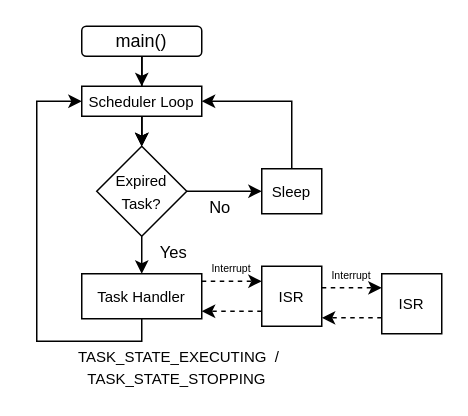
Earlier version of the draw.io diagram docs/img/handler_int_nested.drawio (elemprod/lptask). Source tidied: cells renumbered, new cells numbered last; positions are measured from the earlier drawing's top-left corner, leaving out a move shared by most shapes. Both pictures are drawn from the tidied source at 150%, with x=0, y=0 at pixel (36, 26).
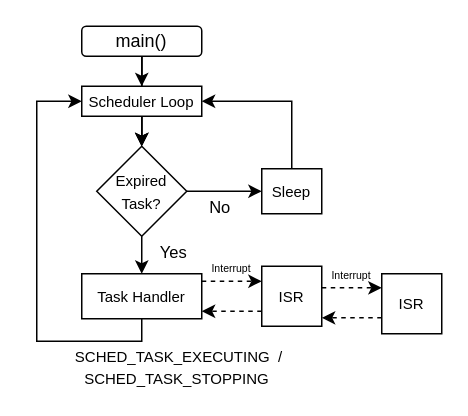
The same diagram, later.

Change to the diagram source:
```diff
@@
-    <mxCell id="20" value="&lt;font style=&quot;font-size: 10px;&quot;&gt;TASK_STATE_EXECUTING &amp;nbsp;/&lt;/font&gt;" style="text;html=1;strokeColor=none;fillColor=none;align=center;verticalAlign=middle;whiteSpace=wrap;rounded=0;" parent="1" vertex="1">
+    <mxCell id="20" value="&lt;font style=&quot;font-size: 10px;&quot;&gt;SCHED_TASK_EXECUTING&amp;nbsp; /&lt;/font&gt;" style="text;html=1;strokeColor=none;fillColor=none;align=center;verticalAlign=middle;whiteSpace=wrap;rounded=0;" parent="1" vertex="1">
       <mxGeometry y="210" width="190" height="20" as="geometry" />
     </mxCell>
@@
-    <mxCell id="22" value="&lt;font style=&quot;font-size: 10px;&quot;&gt;TASK_STATE_STOPPING&amp;nbsp;&lt;/font&gt;" style="text;html=1;strokeColor=none;fillColor=none;align=center;verticalAlign=middle;whiteSpace=wrap;rounded=0;" parent="1" vertex="1">
+    <mxCell id="22" value="&lt;font style=&quot;font-size: 10px;&quot;&gt;SCHED_TASK_STOPPING&amp;nbsp;&lt;/font&gt;" style="text;html=1;strokeColor=none;fillColor=none;align=center;verticalAlign=middle;whiteSpace=wrap;rounded=0;" parent="1" vertex="1">
       <mxGeometry y="230" width="190" height="10" as="geometry" />
     </mxCell>
```
